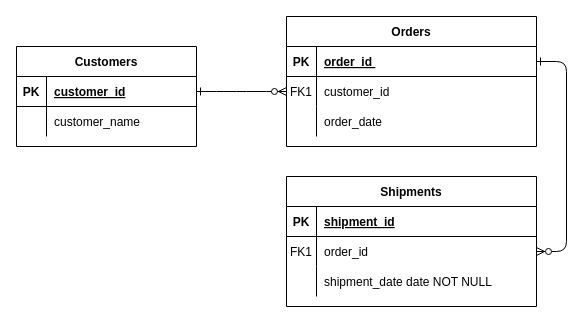
Before: Untitled Diagram.drawio in GoodJeans/Database_ICT330, a draw.io diagram. Source tidied: cells renumbered, new cells numbered last; positions are measured from the earlier drawing's top-left corner, leaving out a move shared by most shapes. Both pictures are drawn from the tidied source at 100%, with x=0, y=0 at pixel (16, 16).
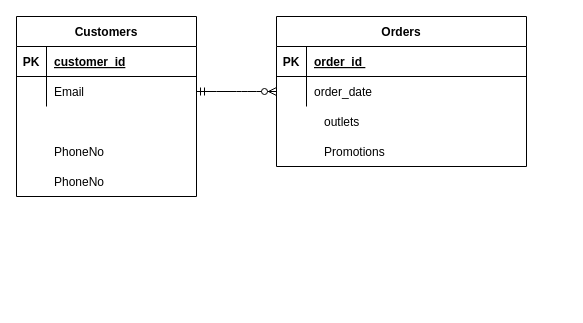
After the change.

The change refers to these unchanged cells:
```xml
<mxCell id="25" style="shape=partialRectangle;fillColor=none;points=[[0,0.5],[1,0.5]];portConstraint=eastwest;top=0;left=0;right=0;bottom=1;" parent="24" vertex="1">
  <mxGeometry y="30" width="180" height="30" as="geometry" />
</mxCell>
<mxCell id="28" style="shape=partialRectangle;fillColor=none;points=[[0,0.5],[1,0.5]];portConstraint=eastwest;top=0;left=0;right=0;bottom=0;" parent="24" vertex="1">
  <mxGeometry y="60" width="180" height="30" as="geometry" />
</mxCell>
```

Change to the diagram source:
```diff
@@
-    <mxCell id="2" style="edgeStyle=entityRelationEdgeStyle;endArrow=ERzeroToMany;startArrow=ERone;endFill=1;startFill=0;" parent="1" edge="1" source="25" target="8">
+    <mxCell id="2" style="edgeStyle=entityRelationEdgeStyle;endArrow=ERzeroToMany;startArrow=ERmandOne;endFill=1;startFill=0;exitX=1;exitY=0.5;exitDx=0;exitDy=0;entryX=0;entryY=0.5;entryDx=0;entryDy=0;" parent="1" edge="1" source="28" target="11">
       <mxGeometry relative="1" as="geometry" />
     </mxCell>
-    <mxCell id="3" style="edgeStyle=entityRelationEdgeStyle;endArrow=ERzeroToMany;startArrow=ERone;endFill=1;startFill=0;" parent="1" edge="1" source="5" target="18">
-      <mxGeometry relative="1" as="geometry" />
-    </mxCell>
-    <mxCell id="4" value="Orders" style="shape=table;startSize=30;childLayout=tableLayout;rowLines=0;fontStyle=1;align=center;" parent="1" vertex="1">
-      <mxGeometry x="270" width="250" height="130" as="geometry" />
-    </mxCell>
-    <mxCell id="5" style="shape=partialRectangle;fillColor=none;points=[[0,0.5],[1,0.5]];portConstraint=eastwest;top=0;left=0;right=0;bottom=1;" parent="4" vertex="1">
-      <mxGeometry y="30" width="250" height="30" as="geometry" />
-    </mxCell>
-    <mxCell id="6" value="PK" style="shape=partialRectangle;overflow=hidden;fillColor=none;top=0;left=0;bottom=0;right=0;fontStyle=1;" parent="5" vertex="1">
-      <mxGeometry width="30" height="30" as="geometry" />
-    </mxCell>
-    <mxCell id="7" value="order_id " style="shape=partialRectangle;overflow=hidden;fillColor=none;top=0;left=0;bottom=0;right=0;align=left;spacingLeft=6;fontStyle=5;" parent="5" vertex="1">
-      <mxGeometry x="30" width="220" height="30" as="geometry" />
-    </mxCell>
-    <mxCell id="8" style="shape=partialRectangle;fillColor=none;points=[[0,0.5],[1,0.5]];portConstraint=eastwest;top=0;left=0;right=0;bottom=0;" parent="4" vertex="1">
-      <mxGeometry y="60" width="250" height="30" as="geometry" />
-    </mxCell>
-    <mxCell id="9" value="FK1" style="shape=partialRectangle;overflow=hidden;fillColor=none;top=0;left=0;bottom=0;right=0;" parent="8" vertex="1">
-      <mxGeometry width="30" height="30" as="geometry" />
-    </mxCell>
-    <mxCell id="10" value="customer_id" style="shape=partialRectangle;overflow=hidden;fillColor=none;top=0;left=0;bottom=0;right=0;align=left;spacingLeft=6;" parent="8" vertex="1">
-      <mxGeometry x="30" width="220" height="30" as="geometry" />
-    </mxCell>
-    <mxCell id="11" style="shape=partialRectangle;fillColor=none;points=[[0,0.5],[1,0.5]];portConstraint=eastwest;top=0;left=0;right=0;bottom=0;" parent="4" vertex="1">
-      <mxGeometry y="90" width="250" height="30" as="geometry" />
-    </mxCell>
-    <mxCell id="12" style="shape=partialRectangle;overflow=hidden;fillColor=none;top=0;left=0;bottom=0;right=0;" parent="11" vertex="1">
-      <mxGeometry width="30" height="30" as="geometry" />
-    </mxCell>
-    <mxCell id="13" value="order_date" style="shape=partialRectangle;overflow=hidden;fillColor=none;top=0;left=0;bottom=0;right=0;align=left;spacingLeft=6;" parent="11" vertex="1">
-      <mxGeometry x="30" width="220" height="30" as="geometry" />
-    </mxCell>
-    <mxCell id="14" value="Shipments" style="shape=table;startSize=30;childLayout=tableLayout;rowLines=0;fontStyle=1;align=center;" parent="1" vertex="1">
-      <mxGeometry x="270" y="160" width="250" height="130" as="geometry" />
-    </mxCell>
-    <mxCell id="15" style="shape=partialRectangle;fillColor=none;top=0;left=0;right=0;bottom=1;" parent="14" vertex="1">
-      <mxGeometry y="30" width="250" height="30" as="geometry" />
-    </mxCell>
-    <mxCell id="16" value="PK" style="shape=partialRectangle;overflow=hidden;fillColor=none;top=0;left=0;bottom=0;right=0;fontStyle=1;" parent="15" vertex="1">
-      <mxGeometry width="30" height="30" as="geometry" />
-    </mxCell>
-    <mxCell id="17" value="shipment_id" style="shape=partialRectangle;overflow=hidden;fillColor=none;top=0;left=0;bottom=0;right=0;align=left;spacingLeft=6;fontStyle=5;" parent="15" vertex="1">
-      <mxGeometry x="30" width="220" height="30" as="geometry" />
-    </mxCell>
-    <mxCell id="18" style="shape=partialRectangle;fillColor=none;points=[[0,0.5],[1,0.5]];portConstraint=eastwest;top=0;left=0;right=0;bottom=0;" parent="14" vertex="1">
-      <mxGeometry y="60" width="250" height="30" as="geometry" />
-    </mxCell>
-    <mxCell id="19" value="FK1" style="shape=partialRectangle;overflow=hidden;fillColor=none;top=0;left=0;bottom=0;right=0;" parent="18" vertex="1">
-      <mxGeometry width="30" height="30" as="geometry" />
-    </mxCell>
-    <mxCell id="20" value="order_id " style="shape=partialRectangle;overflow=hidden;fillColor=none;top=0;left=0;bottom=0;right=0;align=left;spacingLeft=6;" parent="18" vertex="1">
-      <mxGeometry x="30" width="220" height="30" as="geometry" />
-    </mxCell>
-    <mxCell id="21" style="shape=partialRectangle;fillColor=none;top=0;left=0;right=0;bottom=0;" parent="14" vertex="1">
-      <mxGeometry y="90" width="250" height="30" as="geometry" />
-    </mxCell>
+    <mxCell id="31" style="shape=partialRectangle;fillColor=none;top=0;left=0;right=0;bottom=0;" parent="1" vertex="1">
+      <mxGeometry x="270" y="90" width="250" height="30" as="geometry" />
+    </mxCell>
-    <mxCell id="22" style="shape=partialRectangle;overflow=hidden;fillColor=none;top=0;left=0;bottom=0;right=0;" parent="21" vertex="1">
+    <mxCell id="22" style="shape=partialRectangle;overflow=hidden;fillColor=none;top=0;left=0;bottom=0;right=0;" parent="31" vertex="1">
       <mxGeometry width="30" height="30" as="geometry" />
     </mxCell>
-    <mxCell id="23" value="shipment_date date NOT NULL" style="shape=partialRectangle;overflow=hidden;fillColor=none;top=0;left=0;bottom=0;right=0;align=left;spacingLeft=6;" parent="21" vertex="1">
-      <mxGeometry x="30" width="220" height="30" as="geometry" />
-    </mxCell>
+    <mxCell id="32" value="outlets" style="shape=partialRectangle;overflow=hidden;fillColor=none;top=0;left=0;bottom=0;right=0;align=left;spacingLeft=6;" parent="31" vertex="1">
+      <mxGeometry x="30" width="220" height="30" as="geometry" />
+    </mxCell>
+    <mxCell id="33" value="Promotions" style="shape=partialRectangle;overflow=hidden;fillColor=none;top=0;left=0;bottom=0;right=0;align=left;spacingLeft=6;" parent="1" vertex="1">
+      <mxGeometry x="300" y="120" width="220" height="30" as="geometry" />
+    </mxCell>
+    <mxCell id="34" value="PhoneNo" style="shape=partialRectangle;overflow=hidden;fillColor=none;top=0;left=0;bottom=0;right=0;align=left;spacingLeft=6;" parent="1" vertex="1">
+      <mxGeometry x="30" y="120" width="150" height="30" as="geometry" />
+    </mxCell>
+    <mxCell id="35" value="PhoneNo" style="shape=partialRectangle;overflow=hidden;fillColor=none;top=0;left=0;bottom=0;right=0;align=left;spacingLeft=6;" parent="1" vertex="1">
+      <mxGeometry x="30" y="150" width="150" height="30" as="geometry" />
+    </mxCell>
     <mxCell id="24" value="Customers" style="shape=table;startSize=30;childLayout=tableLayout;rowLines=0;fontStyle=1;align=center;" parent="1" vertex="1">
-      <mxGeometry y="30" width="180" height="100" as="geometry" />
+      <mxGeometry width="180" height="180" as="geometry" />
     </mxCell>
@@
-    <mxCell id="30" value="customer_name " style="shape=partialRectangle;overflow=hidden;fillColor=none;top=0;left=0;bottom=0;right=0;align=left;spacingLeft=6;" parent="28" vertex="1">
+    <mxCell id="30" value="Email" style="shape=partialRectangle;overflow=hidden;fillColor=none;top=0;left=0;bottom=0;right=0;align=left;spacingLeft=6;" parent="28" vertex="1">
       <mxGeometry x="30" width="150" height="30" as="geometry" />
     </mxCell>
+    <mxCell id="4" value="Orders" style="shape=table;startSize=30;childLayout=tableLayout;rowLines=0;fontStyle=1;align=center;" parent="1" vertex="1">
+      <mxGeometry x="260" width="250" height="150" as="geometry" />
+    </mxCell>
+    <mxCell id="5" style="shape=partialRectangle;fillColor=none;points=[[0,0.5],[1,0.5]];portConstraint=eastwest;top=0;left=0;right=0;bottom=1;" parent="4" vertex="1">
+      <mxGeometry y="30" width="250" height="30" as="geometry" />
+    </mxCell>
+    <mxCell id="6" value="PK" style="shape=partialRectangle;overflow=hidden;fillColor=none;top=0;left=0;bottom=0;right=0;fontStyle=1;" parent="5" vertex="1">
+      <mxGeometry width="30" height="30" as="geometry" />
+    </mxCell>
+    <mxCell id="7" value="order_id " style="shape=partialRectangle;overflow=hidden;fillColor=none;top=0;left=0;bottom=0;right=0;align=left;spacingLeft=6;fontStyle=5;" parent="5" vertex="1">
+      <mxGeometry x="30" width="220" height="30" as="geometry" />
+    </mxCell>
+    <mxCell id="11" style="shape=partialRectangle;fillColor=none;points=[[0,0.5],[1,0.5]];portConstraint=eastwest;top=0;left=0;right=0;bottom=0;" parent="4" vertex="1">
+      <mxGeometry y="60" width="250" height="30" as="geometry" />
+    </mxCell>
+    <mxCell id="12" style="shape=partialRectangle;overflow=hidden;fillColor=none;top=0;left=0;bottom=0;right=0;" parent="11" vertex="1">
+      <mxGeometry width="30" height="30" as="geometry" />
+    </mxCell>
+    <mxCell id="13" value="order_date" style="shape=partialRectangle;overflow=hidden;fillColor=none;top=0;left=0;bottom=0;right=0;align=left;spacingLeft=6;" parent="11" vertex="1">
+      <mxGeometry x="30" width="220" height="30" as="geometry" />
+    </mxCell>
```
